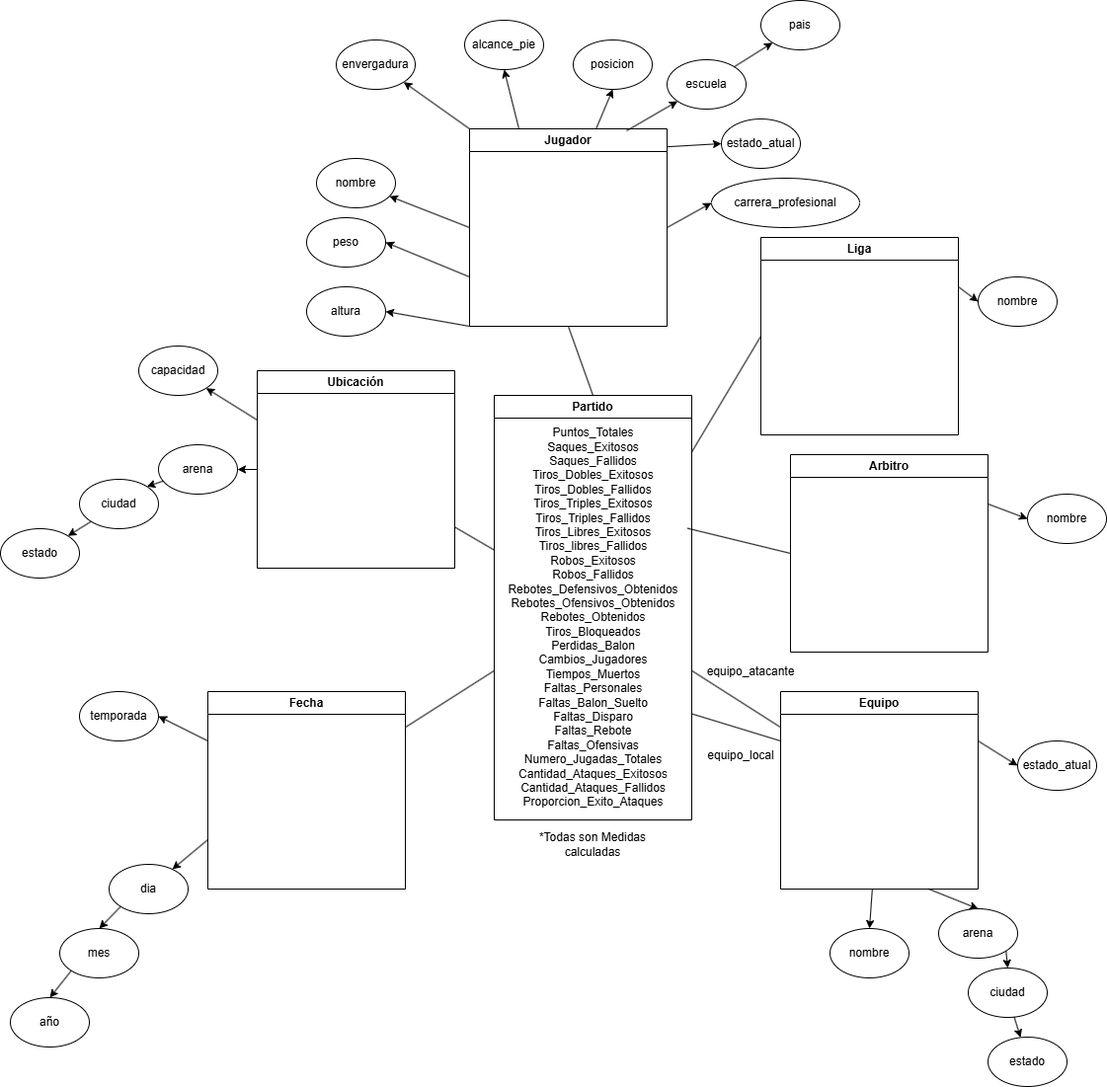
Earlier version of the draw.io export NBA esquema conceptual.png (danielbo22/TFG-NBA). Source tidied: cells renumbered, new cells last; positions are measured from the earlier drawing's top-left corner, leaving out a move shared by most shapes.
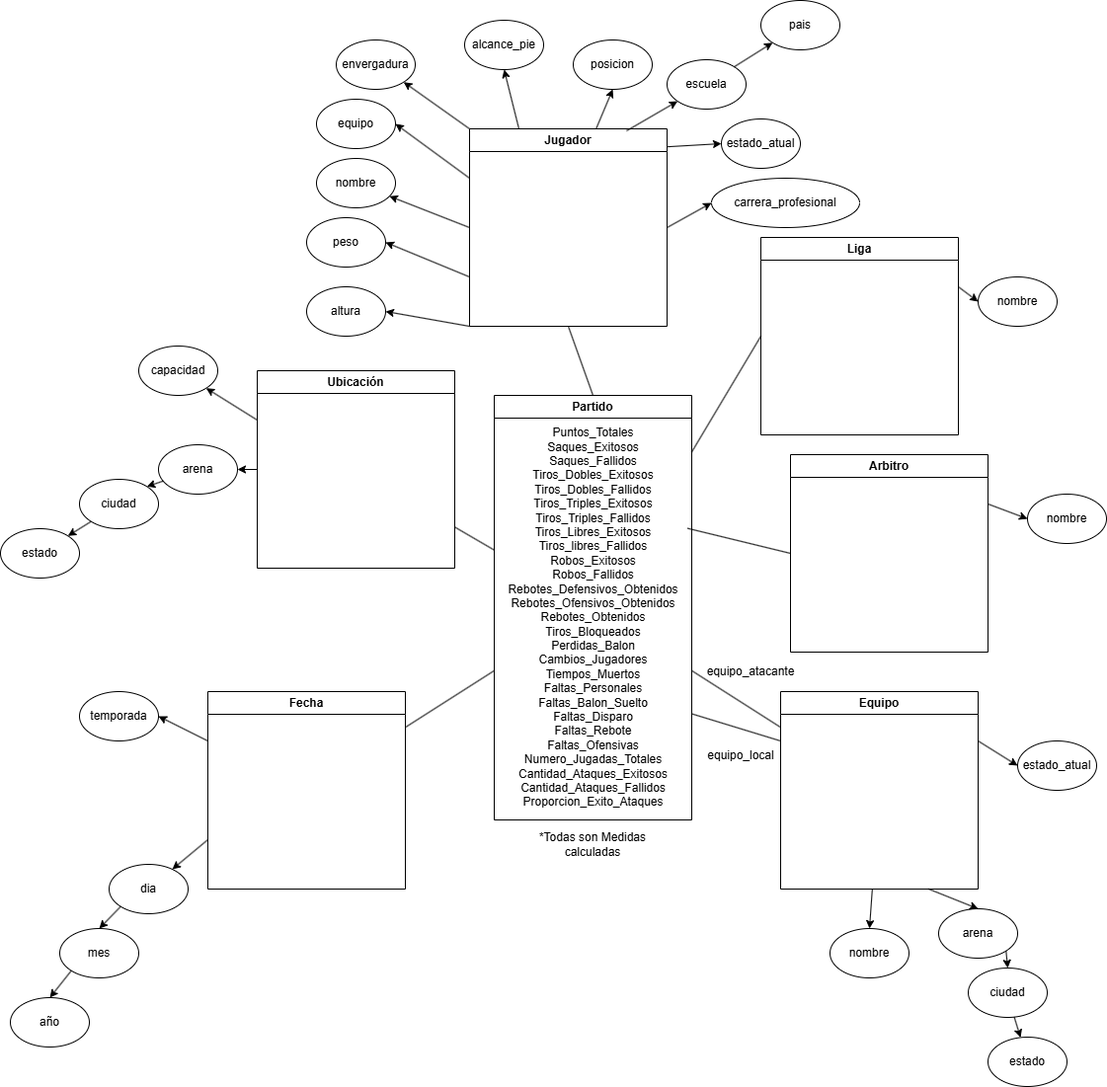
The same file after the commit.

Commit message:
Corrección del esquema conceptual

What changed in the source:
```diff
@@ -206,5 +206,11 @@
     <mxCell id="69" style="endArrow=classic;html=1;rounded=0;exitX=0;exitY=0.25;exitDx=0;exitDy=0;entryX=1;entryY=1;entryDx=0;entryDy=0;" parent="1" edge="1" source="7" target="68">
       <mxGeometry relative="1" as="geometry" />
     </mxCell>
+    <mxCell id="70" value="equipo" style="ellipse;whiteSpace=wrap;html=1;" parent="1" vertex="1">
+      <mxGeometry x="320" y="100" width="80" height="50" as="geometry" />
+    </mxCell>
+    <mxCell id="71" style="endArrow=classic;html=1;rounded=0;exitX=0;exitY=0.25;exitDx=0;exitDy=0;entryX=1;entryY=0.5;entryDx=0;entryDy=0;" parent="1" edge="1" source="5" target="70">
+      <mxGeometry relative="1" as="geometry" />
+    </mxCell>
   </root>
 </mxGraphModel>
```
